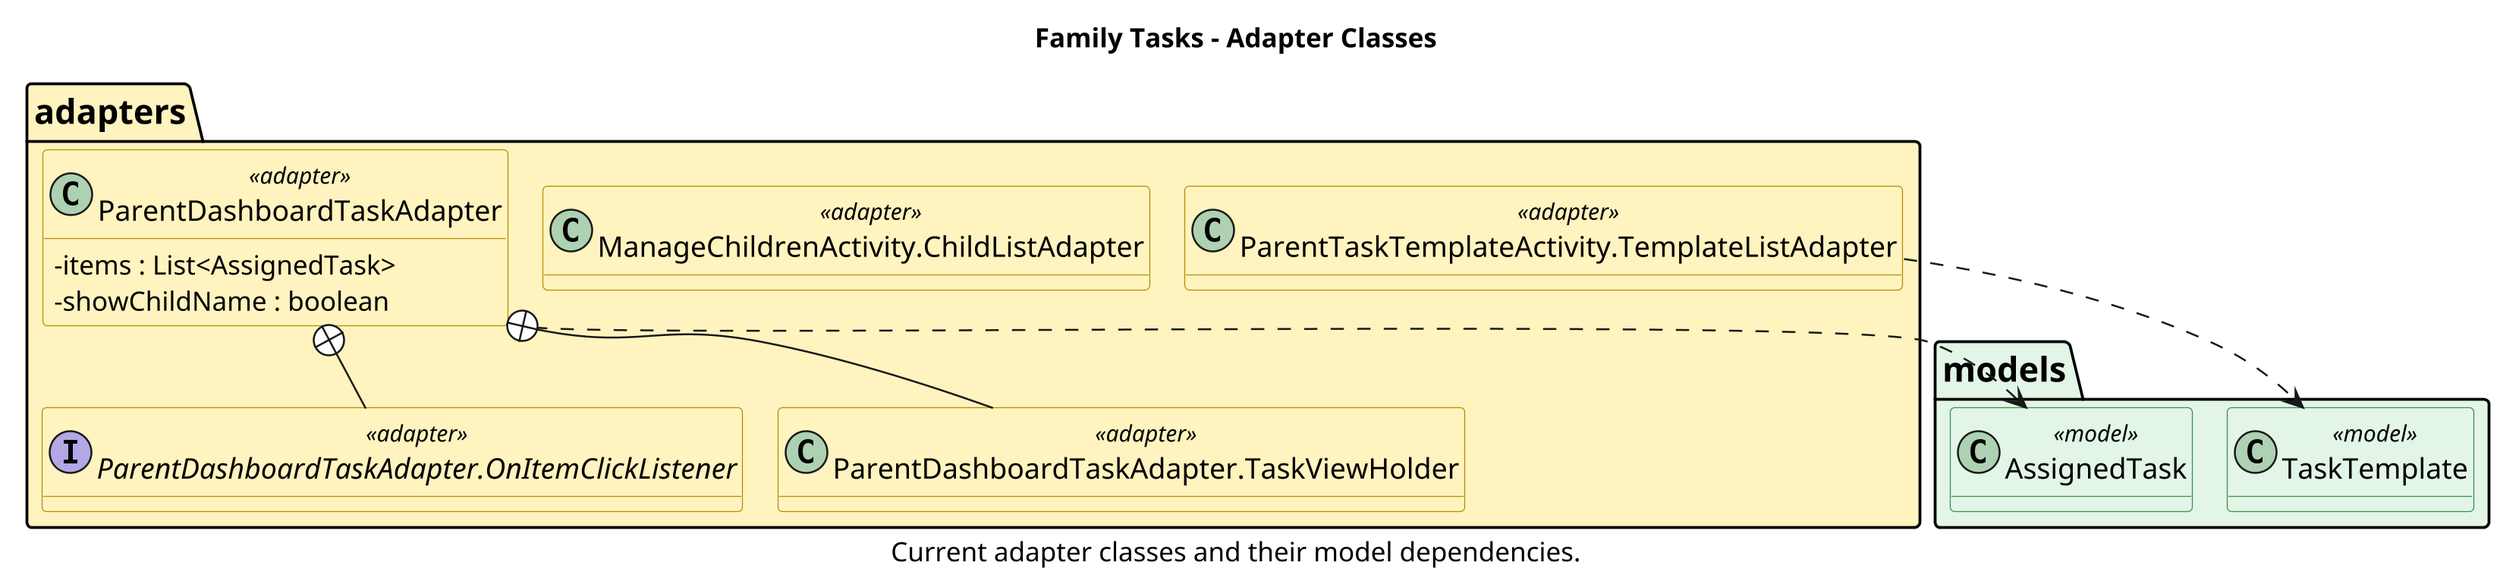
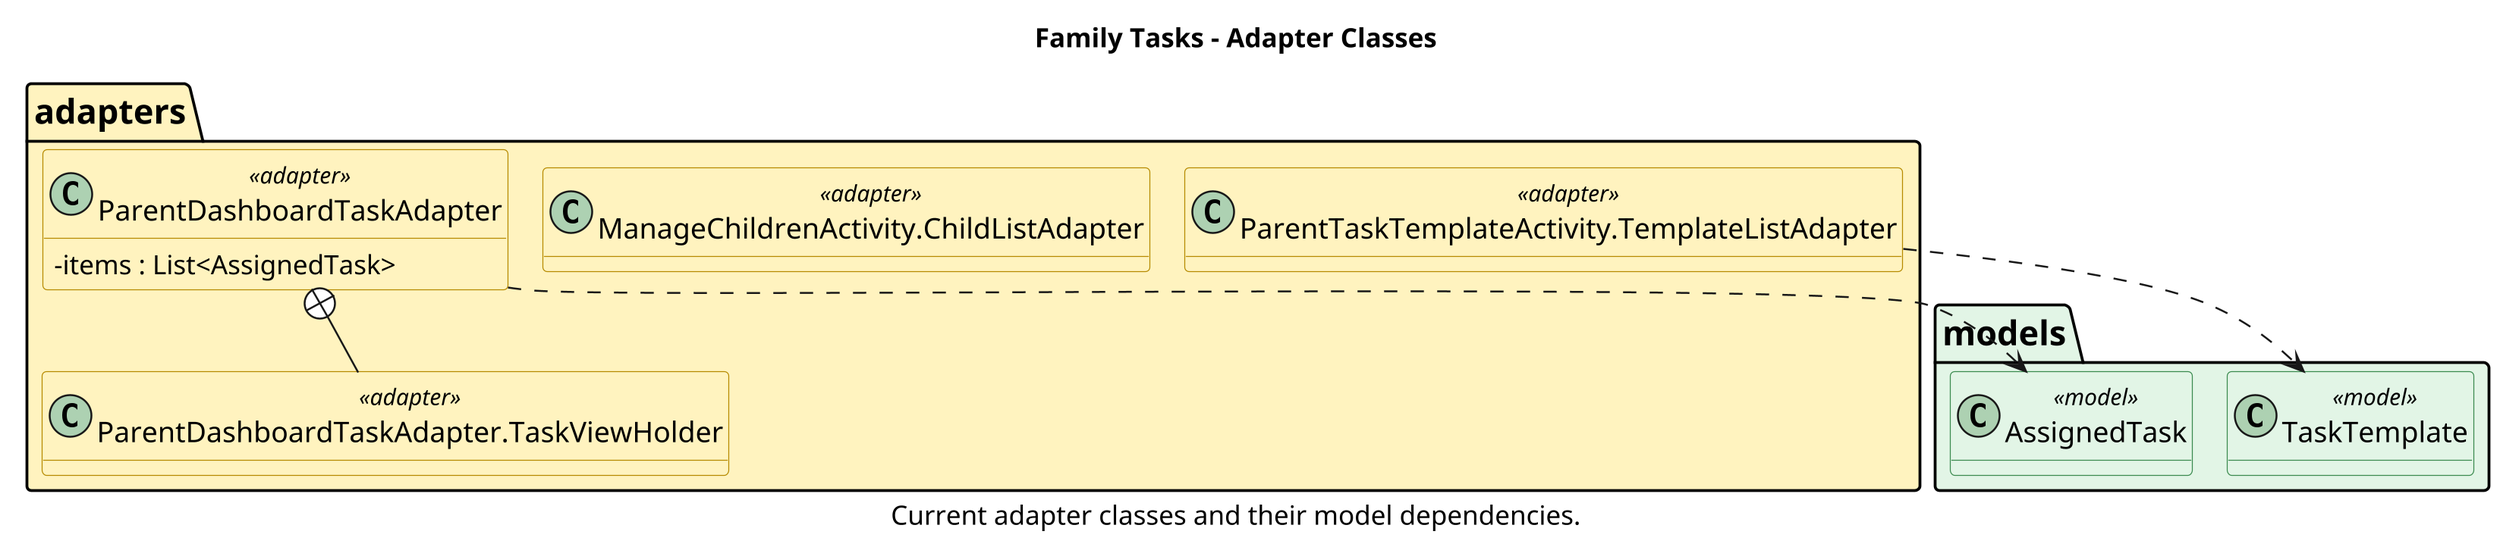
@startuml
!pragma layout smetana
skinparam dpi 240
skinparam shadowing false
skinparam linetype ortho
skinparam classAttributeIconSize 0
skinparam defaultFontName Arial
skinparam classFontSize 15
skinparam packageFontSize 18
skinparam ArrowFontSize 12
skinparam classBackgroundColor<<adapter>> #FFF3BF
skinparam classBorderColor<<adapter>> #B68A00
skinparam classBackgroundColor<<model>> #E2F5E6
skinparam classBorderColor<<model>> #3B8B4F
hide empty methods
title Family Tasks - Adapter Classes
caption Current adapter classes and their model dependencies.

package "adapters" #FFF3BF {
class ParentDashboardTaskAdapter <<adapter>> {
  - items : List<AssignedTask>
-   - showChildName : boolean
}
- interface "ParentDashboardTaskAdapter.OnItemClickListener" as OnItemClickListener <<adapter>>
class "ParentDashboardTaskAdapter.TaskViewHolder" as ParentTaskViewHolder <<adapter>>
class "ManageChildrenActivity.ChildListAdapter" as ChildListAdapter <<adapter>>
class "ParentTaskTemplateActivity.TemplateListAdapter" as TemplateListAdapter <<adapter>>
}

package "models" #E2F5E6 {
class AssignedTask <<model>>
class TaskTemplate <<model>>
}

ParentDashboardTaskAdapter ..> AssignedTask
- ParentDashboardTaskAdapter +-- OnItemClickListener
ParentDashboardTaskAdapter +-- ParentTaskViewHolder
TemplateListAdapter ..> TaskTemplate
@enduml
